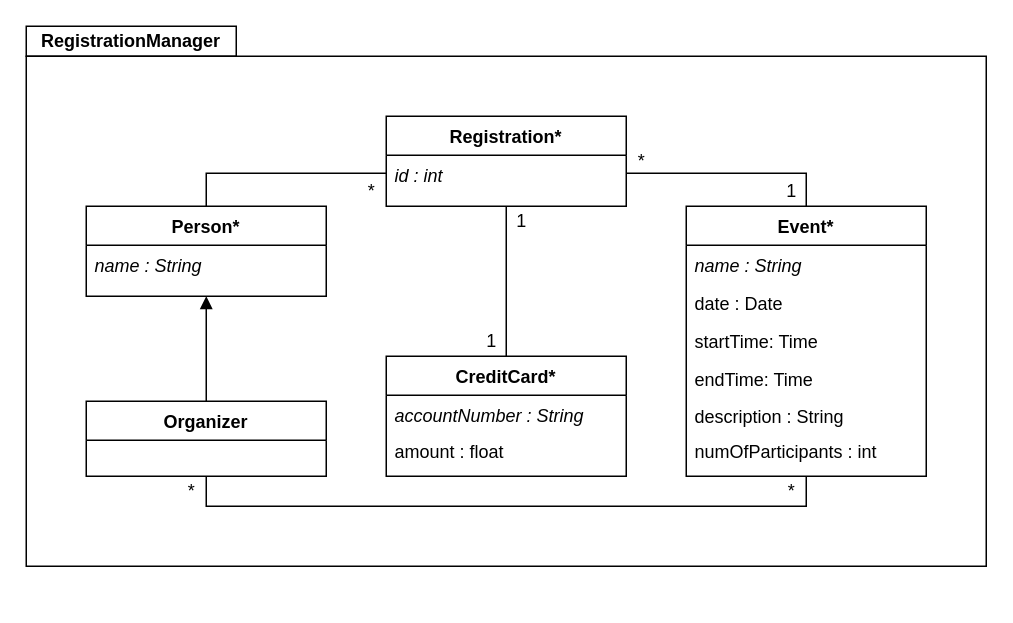
Above: images/event-registration-model.drawio in seantan22/event-registration-app (draw.io), before the change. Source tidied: cells renumbered, new cells numbered last; positions are measured from the earlier drawing's top-left corner, leaving out a move shared by most shapes. Both pictures are drawn from the tidied source at 150%, with x=0, y=0 at pixel (26, 26).
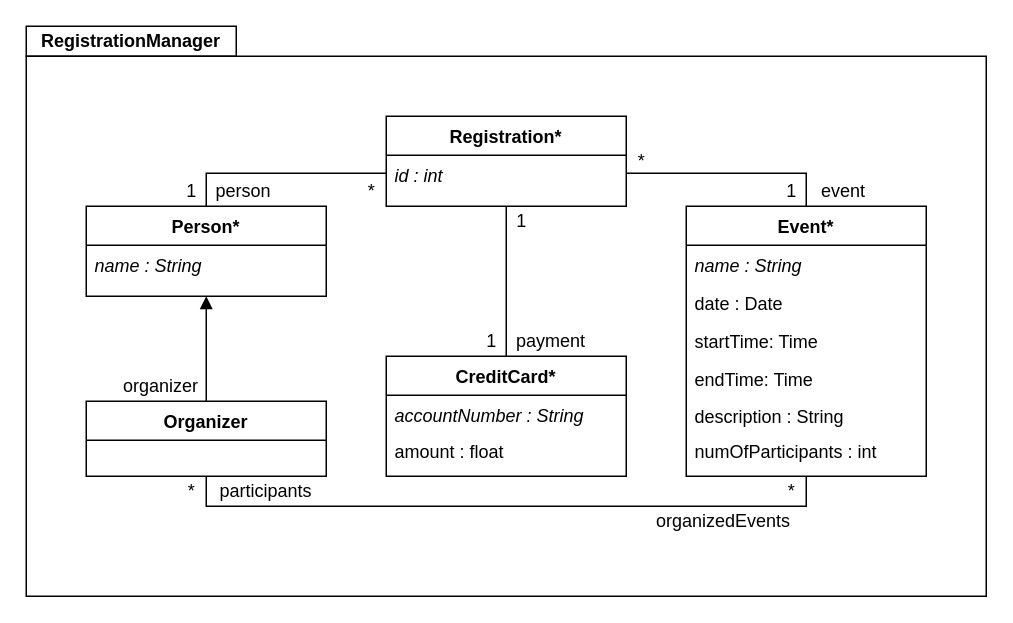
The same page after the edit.

Commit message (it also covers changes not shown here):
Updated domain model

Change to the diagram source:
```diff
@@
-    <mxCell id="2" style="html=1;fillColor=none;" parent="1" vertex="1">
-      <mxGeometry y="20" width="640" height="340" as="geometry" />
+    <mxCell id="2" style="html=1;fillColor=none;strokeColor=#000000;" parent="1" vertex="1">
+      <mxGeometry y="20" width="640" height="360" as="geometry" />
     </mxCell>
@@
+    <mxCell id="34" value="organizedEvents" style="text;html=1;strokeColor=none;fillColor=none;align=center;verticalAlign=middle;whiteSpace=wrap;rounded=0;" parent="1" vertex="1">
+      <mxGeometry x="410" y="320" width="110" height="20" as="geometry" />
+    </mxCell>
+    <mxCell id="35" value="participants" style="text;html=1;strokeColor=none;fillColor=none;align=center;verticalAlign=middle;whiteSpace=wrap;rounded=0;" parent="1" vertex="1">
+      <mxGeometry x="120" y="300" width="80" height="20" as="geometry" />
+    </mxCell>
+    <mxCell id="36" value="payment" style="text;html=1;strokeColor=none;fillColor=none;align=center;verticalAlign=middle;whiteSpace=wrap;rounded=0;" parent="1" vertex="1">
+      <mxGeometry x="320" y="200" width="60" height="20" as="geometry" />
+    </mxCell>
+    <mxCell id="37" value="person" style="text;html=1;strokeColor=none;fillColor=none;align=center;verticalAlign=middle;whiteSpace=wrap;rounded=0;" parent="1" vertex="1">
+      <mxGeometry x="120" y="100" width="50" height="20" as="geometry" />
+    </mxCell>
+    <mxCell id="38" value="event" style="text;html=1;strokeColor=none;fillColor=none;align=center;verticalAlign=middle;whiteSpace=wrap;rounded=0;" parent="1" vertex="1">
+      <mxGeometry x="520" y="100" width="50" height="20" as="geometry" />
+    </mxCell>
+    <mxCell id="39" value="1" style="text;html=1;align=center;verticalAlign=middle;" parent="1" vertex="1">
+      <mxGeometry x="100" y="100" width="20" height="20" as="geometry" />
+    </mxCell>
+    <mxCell id="40" value="organizer" style="text;html=1;strokeColor=none;fillColor=none;align=center;verticalAlign=middle;whiteSpace=wrap;rounded=0;" parent="1" vertex="1">
+      <mxGeometry x="60" y="230" width="60" height="20" as="geometry" />
+    </mxCell>
```
